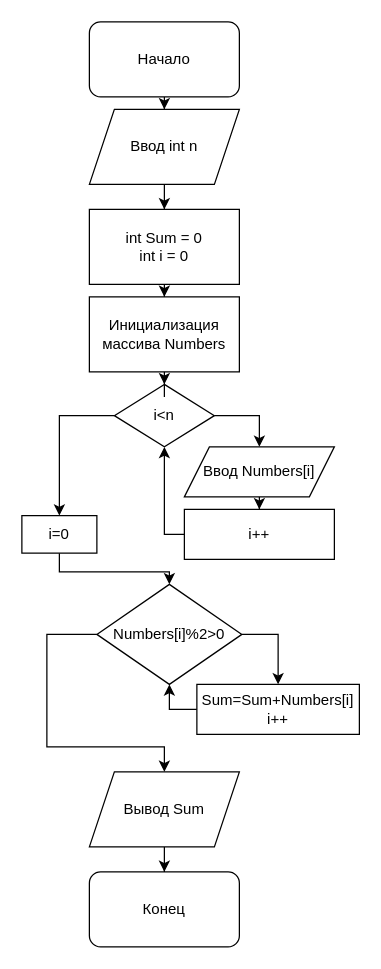
This is ULPK/Task5.drawio from SpaleRud/OPDiagrams, a draw.io file, before an edit. Source tidied: cells renumbered, new cells numbered last; positions are measured from the earlier drawing's top-left corner, leaving out a move shared by most shapes. Both pictures are drawn from the tidied source at 125%, with x=0, y=0 at pixel (21, 21).
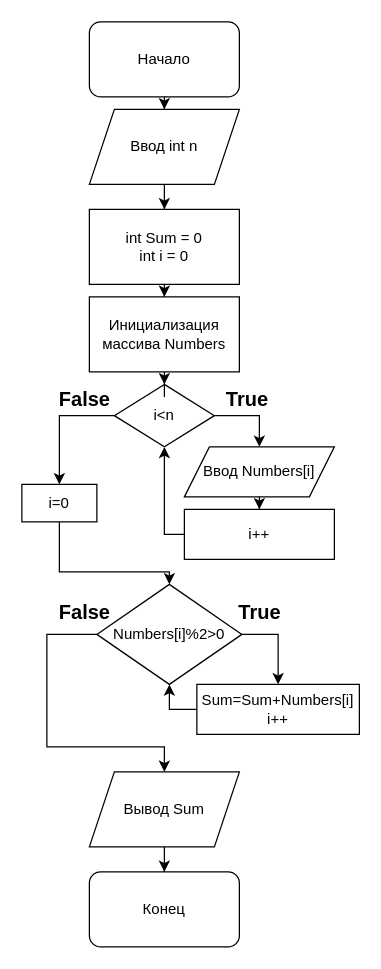
The same diagram, later.

Diff of the diagram source:
```diff
@@
     <mxCell id="21" value="i=0" style="rounded=0;whiteSpace=wrap;html=1;" parent="1" vertex="1">
-      <mxGeometry y="395" width="60" height="30" as="geometry" />
+      <mxGeometry y="370" width="60" height="30" as="geometry" />
     </mxCell>
@@
+    <mxCell id="27" value="&lt;font style=&quot;font-size: 16px&quot;&gt;True&lt;/font&gt;" style="text;strokeColor=none;fillColor=none;html=1;fontSize=24;fontStyle=1;verticalAlign=middle;align=center;" parent="1" vertex="1">
+      <mxGeometry x="140" y="450" width="100" height="40" as="geometry" />
+    </mxCell>
+    <mxCell id="28" value="&lt;font style=&quot;font-size: 16px&quot;&gt;True&lt;/font&gt;" style="text;strokeColor=none;fillColor=none;html=1;fontSize=24;fontStyle=1;verticalAlign=middle;align=center;" parent="1" vertex="1">
+      <mxGeometry x="130" y="280" width="100" height="40" as="geometry" />
+    </mxCell>
+    <mxCell id="29" value="&lt;span style=&quot;font-size: 16px&quot;&gt;False&lt;/span&gt;" style="text;strokeColor=none;fillColor=none;html=1;fontSize=24;fontStyle=1;verticalAlign=middle;align=center;" parent="1" vertex="1">
+      <mxGeometry y="280" width="100" height="40" as="geometry" />
+    </mxCell>
+    <mxCell id="30" value="&lt;span style=&quot;font-size: 16px&quot;&gt;False&lt;/span&gt;" style="text;strokeColor=none;fillColor=none;html=1;fontSize=24;fontStyle=1;verticalAlign=middle;align=center;" parent="1" vertex="1">
+      <mxGeometry y="450" width="100" height="40" as="geometry" />
+    </mxCell>
```
